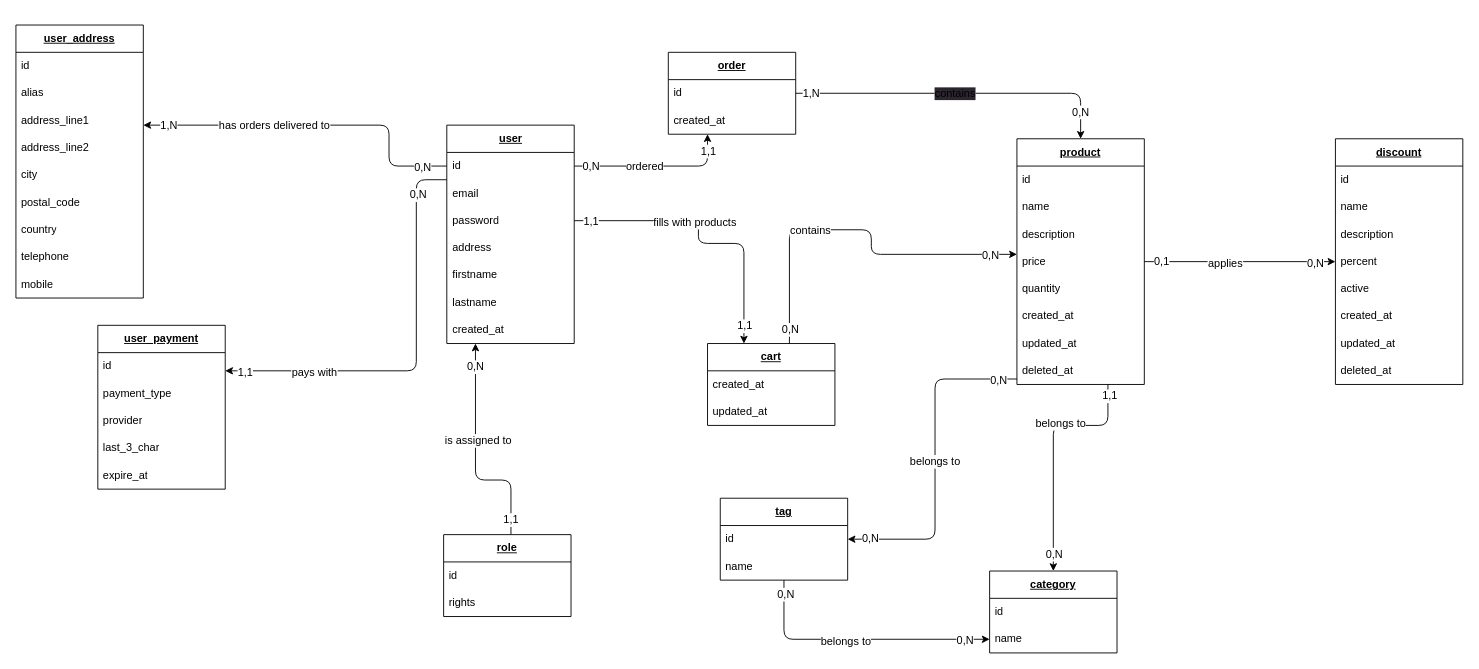
Earlier version of the draw.io diagram mcd.drawio (felix-hauger/boutique-en-ligne). Source tidied: cells renumbered, new cells numbered last; positions are measured from the earlier drawing's top-left corner, leaving out a move shared by most shapes. Both pictures are drawn from the tidied source at 91%, with x=0, y=0 at pixel (15, 25).
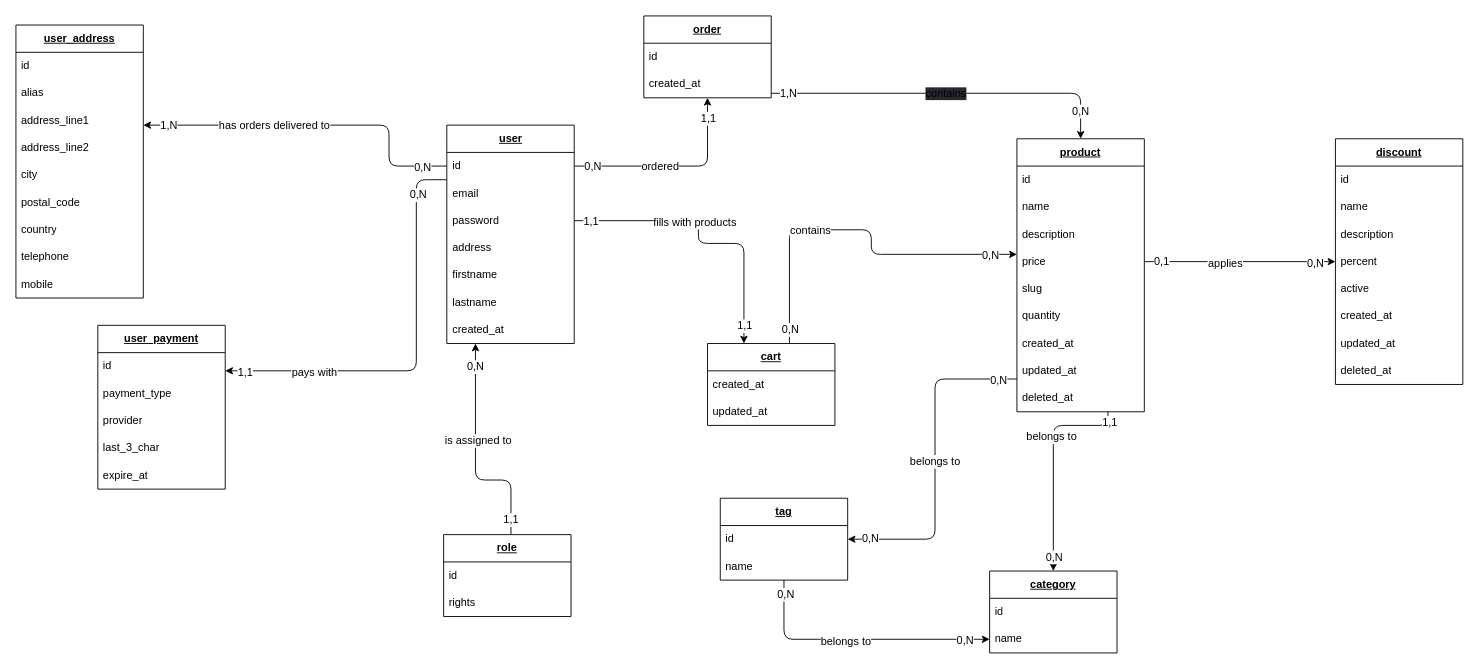
Above is the later version.

Commit message:
MCD - added details & fixed cardinalities

The change refers to these unchanged cells:
```xml
<mxCell id="19" value="id" style="text;strokeColor=none;fillColor=none;align=left;verticalAlign=middle;spacingLeft=4;spacingRight=4;overflow=hidden;points=[[0,0.5],[1,0.5]];portConstraint=eastwest;whiteSpace=wrap;html=1;" parent="18" vertex="1">
  <mxGeometry y="30" width="140" height="30" as="geometry" />
</mxCell>
```

Change to the diagram source:
```diff
@@
     <mxCell id="18" value="&lt;b&gt;&lt;u&gt;order&lt;/u&gt;&lt;/b&gt;" style="swimlane;fontStyle=0;horizontal=1;startSize=30;whiteSpace=wrap;html=1;" parent="1" vertex="1">
-      <mxGeometry x="716.9" y="30" width="140" height="90" as="geometry" />
+      <mxGeometry x="690" y="-10" width="140" height="90" as="geometry" />
     </mxCell>
@@
-    <mxCell id="49" style="edgeStyle=orthogonalEdgeStyle;rounded=1;html=1;strokeColor=default;" parent="1" edge="1" source="19" target="84">
+    <mxCell id="49" style="edgeStyle=orthogonalEdgeStyle;rounded=1;html=1;strokeColor=default;" parent="1" edge="1" source="18" target="84">
       <mxGeometry relative="1" as="geometry">
         <Array as="points">
           <mxPoint x="1170" y="75" />
         </Array>
       </mxGeometry>
     </mxCell>
@@
     <mxCell id="84" value="&lt;b&gt;&lt;u&gt;product&lt;/u&gt;&lt;/b&gt;" style="swimlane;fontStyle=0;horizontal=1;startSize=30;whiteSpace=wrap;html=1;" parent="1" vertex="1">
-      <mxGeometry x="1100" y="125" width="140" height="270" as="geometry" />
+      <mxGeometry x="1100" y="125" width="140" height="300" as="geometry" />
     </mxCell>
@@
+    <mxCell id="106" value="slug" style="text;strokeColor=none;fillColor=none;align=left;verticalAlign=middle;spacingLeft=4;spacingRight=4;overflow=hidden;whiteSpace=wrap;html=1;" parent="84" vertex="1">
+      <mxGeometry y="150" width="140" height="30" as="geometry" />
+    </mxCell>
     <mxCell id="89" value="quantity" style="text;strokeColor=none;fillColor=none;align=left;verticalAlign=middle;spacingLeft=4;spacingRight=4;overflow=hidden;whiteSpace=wrap;html=1;" parent="84" vertex="1">
-      <mxGeometry y="150" width="140" height="30" as="geometry" />
+      <mxGeometry y="180" width="140" height="30" as="geometry" />
     </mxCell>
     <mxCell id="90" value="created_at" style="text;strokeColor=none;fillColor=none;align=left;verticalAlign=middle;spacingLeft=4;spacingRight=4;overflow=hidden;whiteSpace=wrap;html=1;" parent="84" vertex="1">
-      <mxGeometry y="180" width="140" height="30" as="geometry" />
+      <mxGeometry y="210" width="140" height="30" as="geometry" />
     </mxCell>
     <mxCell id="91" value="updated_at" style="text;strokeColor=none;fillColor=none;align=left;verticalAlign=middle;spacingLeft=4;spacingRight=4;overflow=hidden;whiteSpace=wrap;html=1;" parent="84" vertex="1">
-      <mxGeometry y="210" width="140" height="30" as="geometry" />
+      <mxGeometry y="240" width="140" height="30" as="geometry" />
     </mxCell>
     <mxCell id="92" value="deleted_at" style="text;strokeColor=none;fillColor=none;align=left;verticalAlign=middle;spacingLeft=4;spacingRight=4;overflow=hidden;whiteSpace=wrap;html=1;" parent="84" vertex="1">
-      <mxGeometry y="240" width="140" height="30" as="geometry" />
+      <mxGeometry y="270" width="140" height="30" as="geometry" />
     </mxCell>
```
